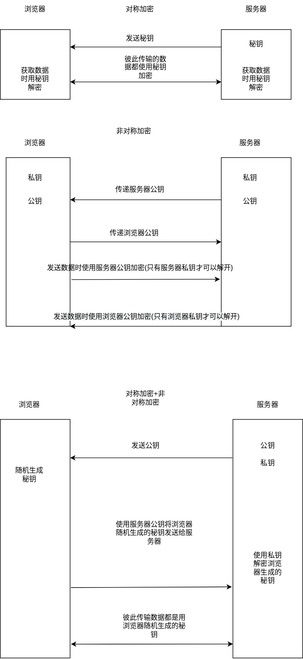
Earlier version of the draw.io export 加密.svg (Jinxishihenian/mind_mapping). Source tidied: cells renumbered, new cells last; positions are measured from the earlier drawing's top-left corner, leaving out a move shared by most shapes.
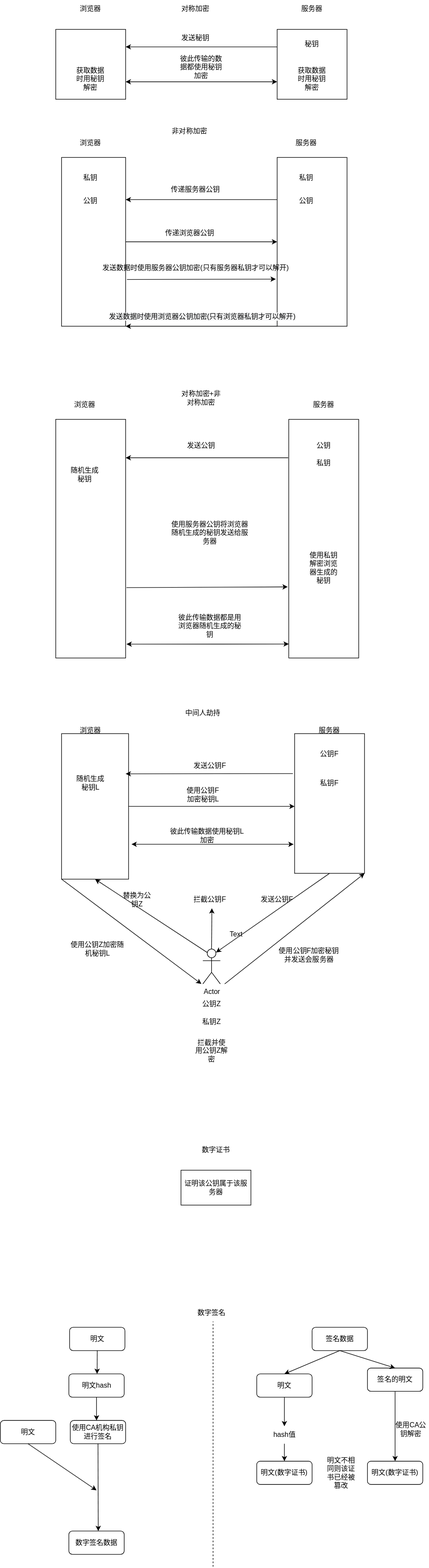
After the commit.

Commit message:
数字证书与数字签名

Change to the diagram source:
```diff
@@ -138,5 +138,196 @@
     <mxCell id="45" value="彼此传输数据都是用浏览器随机生成的秘钥" style="text;html=1;strokeColor=none;fillColor=none;align=center;verticalAlign=middle;whiteSpace=wrap;rounded=0;" parent="1" vertex="1">
       <mxGeometry x="205" y="1060" width="120" height="30" as="geometry" />
     </mxCell>
+    <mxCell id="46" style="rounded=0;whiteSpace=wrap;html=1;" parent="1" vertex="1">
+      <mxGeometry x="10" y="1260" width="115" height="250" as="geometry" />
+    </mxCell>
+    <mxCell id="47" value="中间人劫持" style="text;html=1;strokeColor=none;fillColor=none;align=center;verticalAlign=middle;whiteSpace=wrap;rounded=0;" parent="1" vertex="1">
+      <mxGeometry x="195" y="1210" width="115" height="30" as="geometry" />
+    </mxCell>
+    <mxCell id="48" style="rounded=0;whiteSpace=wrap;html=1;" parent="1" vertex="1">
+      <mxGeometry x="410" y="1260" width="120" height="240" as="geometry" />
+    </mxCell>
+    <mxCell id="49" value="服务器" style="text;html=1;strokeColor=none;fillColor=none;align=center;verticalAlign=middle;whiteSpace=wrap;rounded=0;" parent="1" vertex="1">
+      <mxGeometry x="440" y="1240" width="60" height="30" as="geometry" />
+    </mxCell>
+    <mxCell id="50" value="Actor" style="shape=umlActor;verticalLabelPosition=bottom;verticalAlign=top;html=1;outlineConnect=0;" parent="1" vertex="1">
+      <mxGeometry x="252.5" y="1630" width="30" height="60" as="geometry" />
+    </mxCell>
+    <mxCell id="51" value="浏览器" style="text;html=1;strokeColor=none;fillColor=none;align=center;verticalAlign=middle;whiteSpace=wrap;rounded=0;" parent="1" vertex="1">
+      <mxGeometry x="30" y="1240" width="60" height="30" as="geometry" />
+    </mxCell>
+    <mxCell id="52" value="公钥F" style="text;html=1;strokeColor=none;fillColor=none;align=center;verticalAlign=middle;whiteSpace=wrap;rounded=0;" parent="1" vertex="1">
+      <mxGeometry x="440" y="1280" width="60" height="30" as="geometry" />
+    </mxCell>
+    <mxCell id="53" value="私钥F" style="text;html=1;strokeColor=none;fillColor=none;align=center;verticalAlign=middle;whiteSpace=wrap;rounded=0;" parent="1" vertex="1">
+      <mxGeometry x="440" y="1330" width="60" height="30" as="geometry" />
+    </mxCell>
+    <mxCell id="54" style="endArrow=classic;html=1;rounded=0;exitX=-0.025;exitY=0.286;exitDx=0;exitDy=0;exitPerimeter=0;" parent="1" edge="1" source="48">
+      <mxGeometry relative="1" as="geometry">
+        <mxPoint x="120" y="1329" as="targetPoint" />
+      </mxGeometry>
+    </mxCell>
+    <mxCell id="55" value="发送公钥F" style="text;html=1;strokeColor=none;fillColor=none;align=center;verticalAlign=middle;whiteSpace=wrap;rounded=0;" parent="1" vertex="1">
+      <mxGeometry x="235" y="1300" width="60" height="30" as="geometry" />
+    </mxCell>
+    <mxCell id="56" style="endArrow=classic;html=1;rounded=0;exitX=1;exitY=0.5;exitDx=0;exitDy=0;" parent="1" edge="1" source="46">
+      <mxGeometry relative="1" as="geometry">
+        <mxPoint x="410" y="1385" as="targetPoint" />
+      </mxGeometry>
+    </mxCell>
+    <mxCell id="57" value="随机生成秘钥L" style="text;html=1;strokeColor=none;fillColor=none;align=center;verticalAlign=middle;whiteSpace=wrap;rounded=0;" parent="1" vertex="1">
+      <mxGeometry x="30" y="1330" width="60" height="30" as="geometry" />
+    </mxCell>
+    <mxCell id="58" value="使用公钥F加密秘钥L" style="text;html=1;strokeColor=none;fillColor=none;align=center;verticalAlign=middle;whiteSpace=wrap;rounded=0;" parent="1" vertex="1">
+      <mxGeometry x="222.5" y="1350" width="60" height="30" as="geometry" />
+    </mxCell>
+    <mxCell id="59" style="endArrow=classic;startArrow=classic;html=1;rounded=0;entryX=-0.014;entryY=0.792;entryDx=0;entryDy=0;entryPerimeter=0;" parent="1" edge="1" target="48">
+      <mxGeometry relative="1" as="geometry">
+        <mxPoint x="130" y="1450" as="sourcePoint" />
+      </mxGeometry>
+    </mxCell>
+    <mxCell id="60" value="彼此传输数据使用秘钥L加密" style="text;html=1;strokeColor=none;fillColor=none;align=center;verticalAlign=middle;whiteSpace=wrap;rounded=0;" parent="1" vertex="1">
+      <mxGeometry x="195" y="1420" width="130" height="30" as="geometry" />
+    </mxCell>
+    <mxCell id="61" style="endArrow=classic;html=1;rounded=0;exitX=0.5;exitY=1;exitDx=0;exitDy=0;entryX=0.75;entryY=0.1;entryDx=0;entryDy=0;entryPerimeter=0;" parent="1" edge="1" source="48" target="50">
+      <mxGeometry relative="1" as="geometry" />
+    </mxCell>
+    <mxCell id="62" value="发送公钥F" style="text;html=1;strokeColor=none;fillColor=none;align=center;verticalAlign=middle;whiteSpace=wrap;rounded=0;" parent="1" vertex="1">
+      <mxGeometry x="350" y="1530" width="60" height="30" as="geometry" />
+    </mxCell>
+    <mxCell id="63" style="endArrow=classic;html=1;rounded=0;entryX=0.5;entryY=1;entryDx=0;entryDy=0;exitX=0.25;exitY=0.1;exitDx=0;exitDy=0;exitPerimeter=0;" parent="1" edge="1" source="50" target="46">
+      <mxGeometry relative="1" as="geometry" />
+    </mxCell>
+    <mxCell id="64" value="替换为公钥Z" style="text;html=1;strokeColor=none;fillColor=none;align=center;verticalAlign=middle;whiteSpace=wrap;rounded=0;" parent="1" vertex="1">
+      <mxGeometry x="110" y="1530" width="60" height="30" as="geometry" />
+    </mxCell>
+    <mxCell id="65" value="公钥Z" style="text;html=1;strokeColor=none;fillColor=none;align=center;verticalAlign=middle;whiteSpace=wrap;rounded=0;" parent="1" vertex="1">
+      <mxGeometry x="237.5" y="1710" width="60" height="30" as="geometry" />
+    </mxCell>
+    <mxCell id="66" value="私钥Z" style="text;html=1;strokeColor=none;fillColor=none;align=center;verticalAlign=middle;whiteSpace=wrap;rounded=0;" parent="1" vertex="1">
+      <mxGeometry x="237.5" y="1740" width="60" height="30" as="geometry" />
+    </mxCell>
+    <mxCell id="67" style="endArrow=classic;html=1;rounded=0;exitX=0;exitY=1;exitDx=0;exitDy=0;" parent="1" edge="1" source="46">
+      <mxGeometry relative="1" as="geometry">
+        <mxPoint x="250" y="1690" as="targetPoint" />
+      </mxGeometry>
+    </mxCell>
+    <mxCell id="68" style="endArrow=classic;html=1;rounded=0;exitX=0.5;exitY=0;exitDx=0;exitDy=0;exitPerimeter=0;" parent="1" edge="1" source="50">
+      <mxGeometry relative="1" as="geometry">
+        <mxPoint x="268" y="1560" as="targetPoint" />
+      </mxGeometry>
+    </mxCell>
+    <mxCell id="69" value="拦截公钥F" style="text;html=1;strokeColor=none;fillColor=none;align=center;verticalAlign=middle;whiteSpace=wrap;rounded=0;" parent="1" vertex="1">
+      <mxGeometry x="235" y="1530" width="60" height="30" as="geometry" />
+    </mxCell>
+    <mxCell id="70" value="Text" style="text;html=1;strokeColor=none;fillColor=none;align=center;verticalAlign=middle;whiteSpace=wrap;rounded=0;" parent="1" vertex="1">
+      <mxGeometry x="280" y="1590" width="60" height="30" as="geometry" />
+    </mxCell>
+    <mxCell id="71" value="使用公钥Z加密随机秘钥L" style="text;html=1;strokeColor=none;fillColor=none;align=center;verticalAlign=middle;whiteSpace=wrap;rounded=0;" parent="1" vertex="1">
+      <mxGeometry x="22.5" y="1600" width="97.5" height="60" as="geometry" />
+    </mxCell>
+    <mxCell id="72" value="拦截并使用公钥Z解密" style="text;html=1;strokeColor=none;fillColor=none;align=center;verticalAlign=middle;whiteSpace=wrap;rounded=0;" parent="1" vertex="1">
+      <mxGeometry x="237.5" y="1790" width="60" height="30" as="geometry" />
+    </mxCell>
+    <mxCell id="73" style="endArrow=classic;html=1;rounded=0;entryX=1;entryY=1;entryDx=0;entryDy=0;" parent="1" edge="1" target="48">
+      <mxGeometry relative="1" as="geometry">
+        <mxPoint x="290" y="1690" as="sourcePoint" />
+      </mxGeometry>
+    </mxCell>
+    <mxCell id="74" value="使用公钥F加密秘钥并发送会服务器" style="text;html=1;strokeColor=none;fillColor=none;align=center;verticalAlign=middle;whiteSpace=wrap;rounded=0;" parent="1" vertex="1">
+      <mxGeometry x="380" y="1620" width="110" height="40" as="geometry" />
+    </mxCell>
+    <mxCell id="75" value="数字证书" style="text;html=1;strokeColor=none;fillColor=none;align=center;verticalAlign=middle;whiteSpace=wrap;rounded=0;" parent="1" vertex="1">
+      <mxGeometry x="245" y="1960" width="60" height="30" as="geometry" />
+    </mxCell>
+    <mxCell id="76" value="证明该公钥属于该服务器" style="rounded=0;whiteSpace=wrap;html=1;" parent="1" vertex="1">
+      <mxGeometry x="215" y="2010" width="120" height="60" as="geometry" />
+    </mxCell>
+    <mxCell id="77" value="数字签名" style="text;html=1;strokeColor=none;fillColor=none;align=center;verticalAlign=middle;whiteSpace=wrap;rounded=0;" parent="1" vertex="1">
+      <mxGeometry x="237.5" y="2240" width="60" height="30" as="geometry" />
+    </mxCell>
+    <mxCell id="78" style="edgeStyle=orthogonalEdgeStyle;rounded=0;orthogonalLoop=1;jettySize=auto;html=1;exitX=0.5;exitY=1;exitDx=0;exitDy=0;" parent="1" edge="1" source="77" target="77">
+      <mxGeometry relative="1" as="geometry" />
+    </mxCell>
+    <mxCell id="79" style="endArrow=none;dashed=1;html=1;rounded=0;" parent="1" edge="1">
+      <mxGeometry relative="1" as="geometry">
+        <mxPoint x="270" y="2691.3" as="sourcePoint" />
+        <mxPoint x="270" y="2270" as="targetPoint" />
+      </mxGeometry>
+    </mxCell>
+    <mxCell id="80" value="明文" style="rounded=1;whiteSpace=wrap;html=1;" parent="1" vertex="1">
+      <mxGeometry x="23.8" y="2280" width="95" height="40" as="geometry" />
+    </mxCell>
+    <mxCell id="81" style="endArrow=classic;html=1;rounded=0;exitX=0.5;exitY=1;exitDx=0;exitDy=0;" parent="1" edge="1" source="80">
+      <mxGeometry relative="1" as="geometry">
+        <mxPoint x="71" y="2360" as="targetPoint" />
+      </mxGeometry>
+    </mxCell>
+    <mxCell id="82" value="明文hash" style="rounded=1;whiteSpace=wrap;html=1;" parent="1" vertex="1">
+      <mxGeometry x="22.5" y="2360" width="95" height="40" as="geometry" />
+    </mxCell>
+    <mxCell id="83" value="使用CA机构私钥进行签名" style="rounded=1;whiteSpace=wrap;html=1;" parent="1" vertex="1">
+      <mxGeometry x="25" y="2440" width="95" height="40" as="geometry" />
+    </mxCell>
+    <mxCell id="84" style="endArrow=classic;html=1;rounded=0;exitX=0.5;exitY=1;exitDx=0;exitDy=0;" parent="1" edge="1" source="82">
+      <mxGeometry relative="1" as="geometry">
+        <mxPoint x="70" y="2440" as="targetPoint" />
+      </mxGeometry>
+    </mxCell>
+    <mxCell id="85" value="明文" style="rounded=1;whiteSpace=wrap;html=1;" parent="1" vertex="1">
+      <mxGeometry x="-95" y="2440" width="95" height="40" as="geometry" />
+    </mxCell>
+    <mxCell id="86" style="endArrow=classic;html=1;rounded=0;exitX=0.5;exitY=1;exitDx=0;exitDy=0;" parent="1" edge="1" source="85">
+      <mxGeometry relative="1" as="geometry">
+        <mxPoint x="70" y="2560" as="targetPoint" />
+      </mxGeometry>
+    </mxCell>
+    <mxCell id="87" style="endArrow=classic;html=1;rounded=0;exitX=0.5;exitY=1;exitDx=0;exitDy=0;" parent="1" edge="1" source="83">
+      <mxGeometry relative="1" as="geometry">
+        <mxPoint x="73" y="2630" as="targetPoint" />
+      </mxGeometry>
+    </mxCell>
+    <mxCell id="88" value="数字签名数据" style="rounded=1;whiteSpace=wrap;html=1;" parent="1" vertex="1">
+      <mxGeometry x="22.5" y="2630" width="95" height="40" as="geometry" />
+    </mxCell>
+    <mxCell id="89" value="签名数据" style="rounded=1;whiteSpace=wrap;html=1;" parent="1" vertex="1">
+      <mxGeometry x="440" y="2280" width="95" height="40" as="geometry" />
+    </mxCell>
+    <mxCell id="90" value="签名的明文" style="rounded=1;whiteSpace=wrap;html=1;" parent="1" vertex="1">
+      <mxGeometry x="535" y="2350" width="95" height="40" as="geometry" />
+    </mxCell>
+    <mxCell id="91" value="明文" style="rounded=1;whiteSpace=wrap;html=1;" parent="1" vertex="1">
+      <mxGeometry x="345" y="2360" width="95" height="40" as="geometry" />
+    </mxCell>
+    <mxCell id="92" style="endArrow=classic;html=1;rounded=0;exitX=0.5;exitY=1;exitDx=0;exitDy=0;entryX=0.5;entryY=0;entryDx=0;entryDy=0;" parent="1" edge="1" source="90" target="93">
+      <mxGeometry relative="1" as="geometry" />
+    </mxCell>
+    <mxCell id="93" value="明文(数字证书)" style="rounded=1;whiteSpace=wrap;html=1;" parent="1" vertex="1">
+      <mxGeometry x="535" y="2510" width="95" height="40" as="geometry" />
+    </mxCell>
+    <mxCell id="94" value="使用CA公钥解密" style="text;html=1;strokeColor=none;fillColor=none;align=center;verticalAlign=middle;whiteSpace=wrap;rounded=0;" parent="1" vertex="1">
+      <mxGeometry x="580" y="2440" width="60" height="30" as="geometry" />
+    </mxCell>
+    <mxCell id="95" style="endArrow=classic;html=1;rounded=0;exitX=0.5;exitY=1;exitDx=0;exitDy=0;entryX=0.5;entryY=0;entryDx=0;entryDy=0;" parent="1" edge="1" source="89" target="91">
+      <mxGeometry relative="1" as="geometry" />
+    </mxCell>
+    <mxCell id="96" style="endArrow=classic;html=1;rounded=0;exitX=0.5;exitY=1;exitDx=0;exitDy=0;entryX=0.5;entryY=0;entryDx=0;entryDy=0;" parent="1" edge="1" source="89" target="90">
+      <mxGeometry relative="1" as="geometry" />
+    </mxCell>
+    <mxCell id="97" style="endArrow=classic;html=1;rounded=0;exitX=0.5;exitY=1;exitDx=0;exitDy=0;" parent="1" edge="1" source="91" target="98">
+      <mxGeometry relative="1" as="geometry" />
+    </mxCell>
+    <mxCell id="98" value="hash值" style="text;html=1;strokeColor=none;fillColor=none;align=center;verticalAlign=middle;whiteSpace=wrap;rounded=0;" parent="1" vertex="1">
+      <mxGeometry x="362.5" y="2450" width="60" height="30" as="geometry" />
+    </mxCell>
+    <mxCell id="99" value="明文(数字证书)" style="rounded=1;whiteSpace=wrap;html=1;" parent="1" vertex="1">
+      <mxGeometry x="345" y="2510" width="95" height="40" as="geometry" />
+    </mxCell>
+    <mxCell id="100" style="endArrow=classic;html=1;rounded=0;exitX=0.5;exitY=1;exitDx=0;exitDy=0;entryX=0.5;entryY=0;entryDx=0;entryDy=0;" parent="1" edge="1" source="98" target="99">
+      <mxGeometry relative="1" as="geometry" />
+    </mxCell>
+    <mxCell id="101" value="明文不相同则该证书已经被篡改" style="text;html=1;strokeColor=none;fillColor=none;align=center;verticalAlign=middle;whiteSpace=wrap;rounded=0;" parent="1" vertex="1">
+      <mxGeometry x="460" y="2515" width="60" height="30" as="geometry" />
+    </mxCell>
   </root>
 </mxGraphModel>
```
